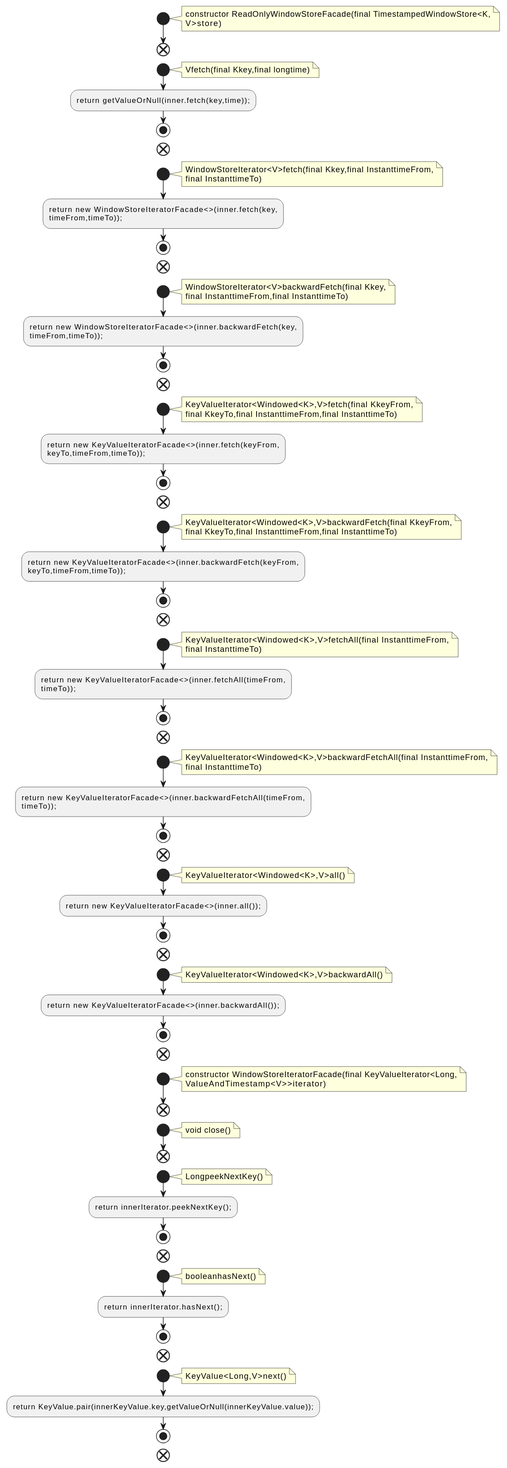
Before: docs/qc/streams/src/main/java/org/apache/kafka/streams/state/internals/ReadOnlyWindowStoreFacade.java.fct.svg, a diagram exported from PlantUML (qualitesys/kafka).
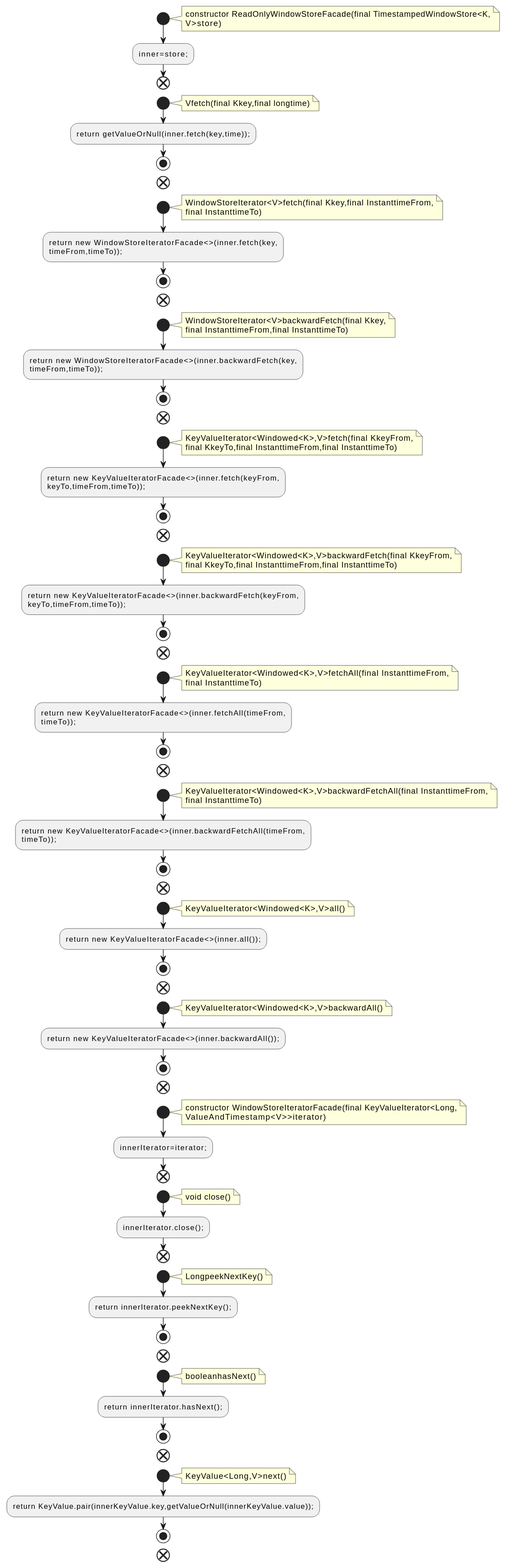
Above is the later version.

Change to the diagram source:
```diff
@@ -5,6 +5,7 @@
 constructor ReadOnlyWindowStoreFacade(final TimestampedWindowStore<K,
 V>store)
 end note
+:inner=store;;
 end
 start
 note right
@@ -86,11 +87,13 @@
 constructor WindowStoreIteratorFacade(final KeyValueIterator<Long,
 ValueAndTimestamp<V>>iterator)
 end note
+:innerIterator=iterator;;
 end
 start
 note right
 void close()
 end note
+:innerIterator.close();;
 end
 start
 note right
```
